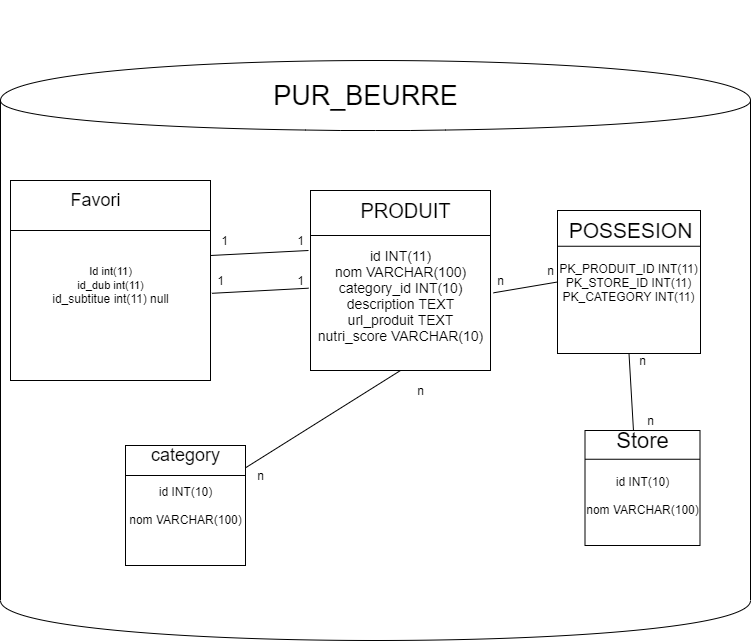
Before: db p5.PNG, a diagram exported from draw.io (fakko77/OpenFoodFacts). Source tidied: cells renumbered, new cells last; positions are measured from the earlier drawing's top-left corner, leaving out a move shared by most shapes.
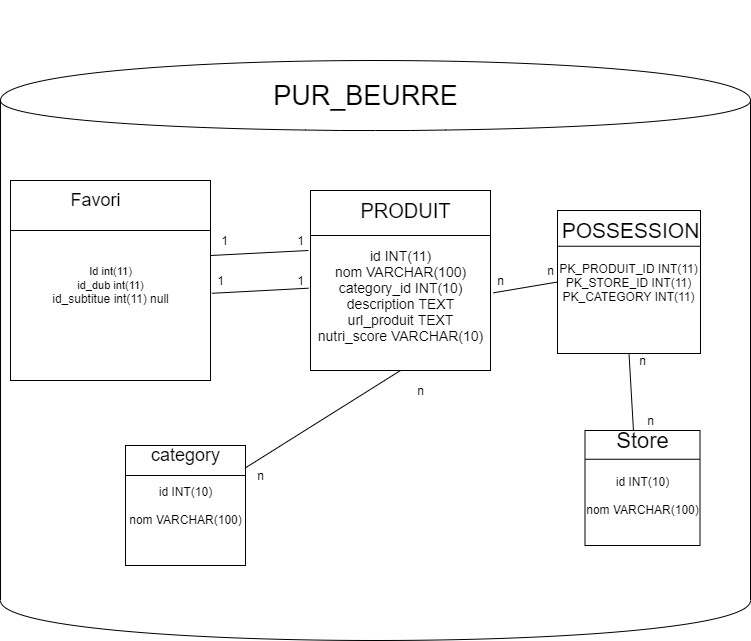
The same file after the commit.

The edit, as a diff of the source:
```diff
@@ -112,8 +112,8 @@
     <mxCell id="37" value="n" style="text;html=1;align=center;verticalAlign=middle;" parent="1" vertex="1">
       <mxGeometry x="640" y="410" width="20" height="20" as="geometry" />
     </mxCell>
-    <mxCell id="38" value="&lt;span style=&quot;font-size: 21px&quot;&gt;POSSESION&lt;/span&gt;" style="text;html=1;align=center;verticalAlign=middle;" parent="1" vertex="1">
-      <mxGeometry x="560" y="220" width="140" height="20" as="geometry" />
+    <mxCell id="38" value="&lt;span style=&quot;font-size: 21px&quot;&gt;POSSESSION&lt;/span&gt;" style="text;html=1;align=center;verticalAlign=middle;" parent="1" vertex="1">
+      <mxGeometry x="555" y="220" width="150" height="20" as="geometry" />
     </mxCell>
   </root>
 </mxGraphModel>
```
